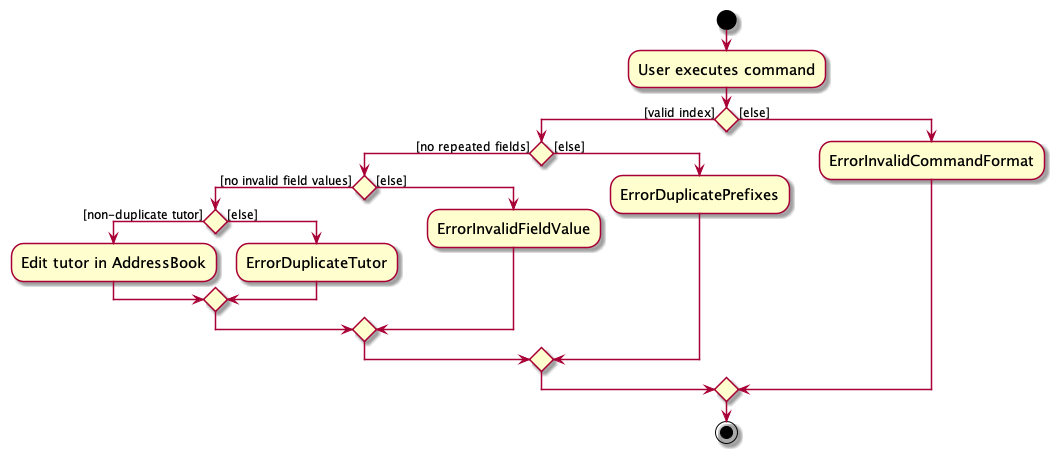
Before: docs/images/EditTutorActivityDiagram.png, a diagram exported from PlantUML (nus-cs2103-AY2324S1/tp).
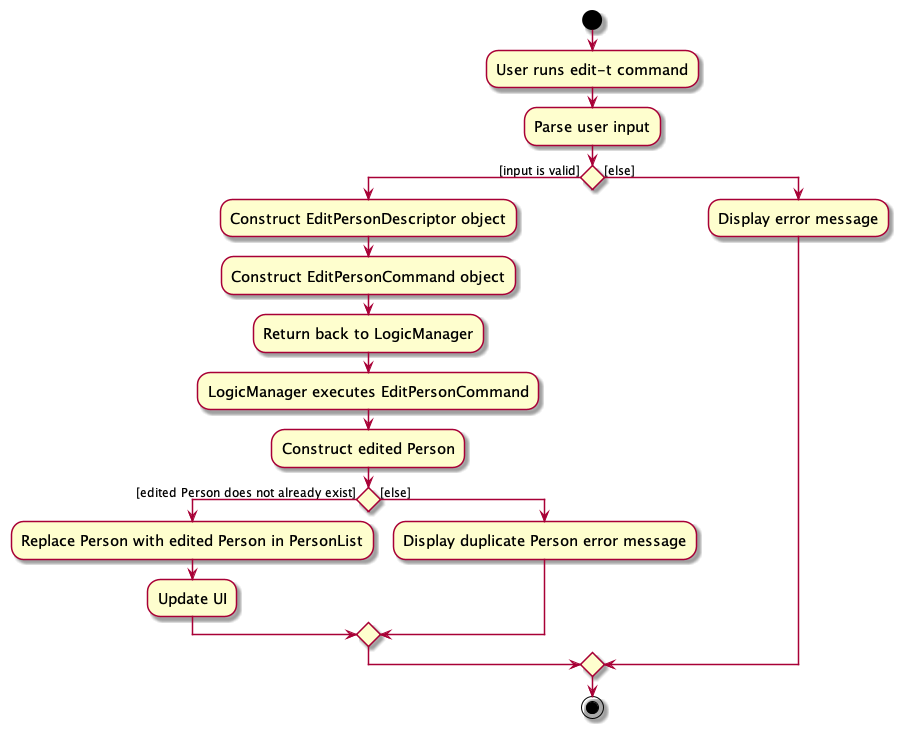
Later version of the same file.

The edit, as a diff of the source:
```diff
@@ -3,25 +3,26 @@
 skinparam ActivityFontSize 15
 skinparam ArrowFontSize 12
 start
-:User executes command;
+:User runs edit-t command;
 
 
-if () then ([valid index])
-    if () then ([no repeated fields])
-         if () then ([no invalid field values])
-            if () then ([non-duplicate tutor])
-                :Edit tutor in AddressBook;
-            else ([else])
-             :ErrorDuplicateTutor;
-            endif
-        else ([else])
-         :ErrorInvalidFieldValue;
-        endif
+:Parse user input;
+
+if () then ([input is valid])
+    :Construct EditPersonDescriptor object;
+    :Construct EditPersonCommand object;
+    :Return back to LogicManager;
+    :LogicManager executes EditPersonCommand;
+    :Construct edited Person;
+    if () then ([edited Person does not already exist])
+        :Replace Person with edited Person in PersonList;
+        :Update UI;
     else ([else])
-     :ErrorDuplicatePrefixes;
+        :Display duplicate Person error message;
     endif
 else ([else])
- :ErrorInvalidCommandFormat;
+:Display error message;
+
 endif
 stop
 @enduml
```
